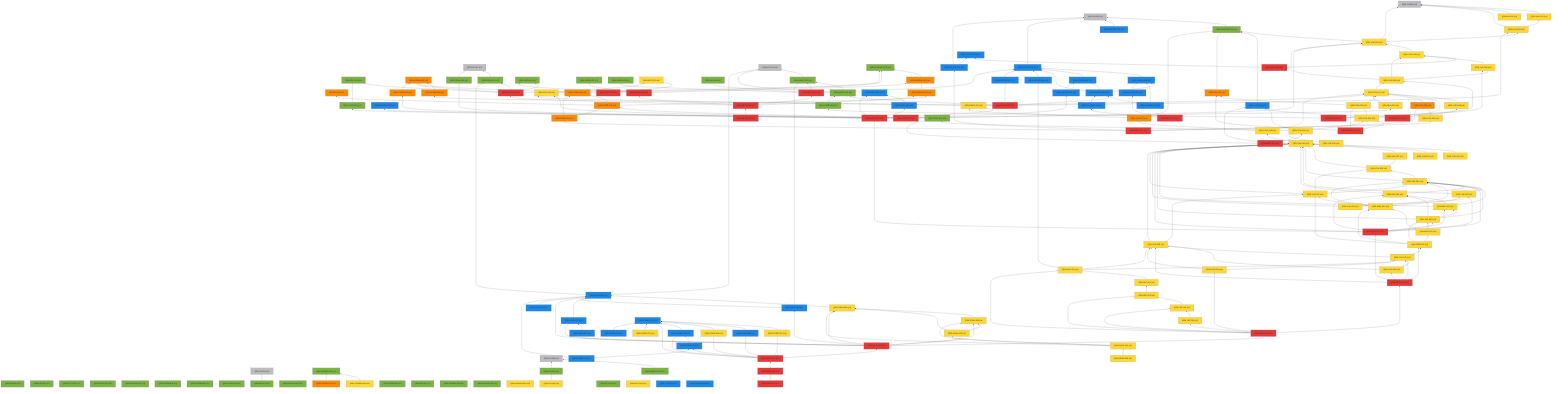
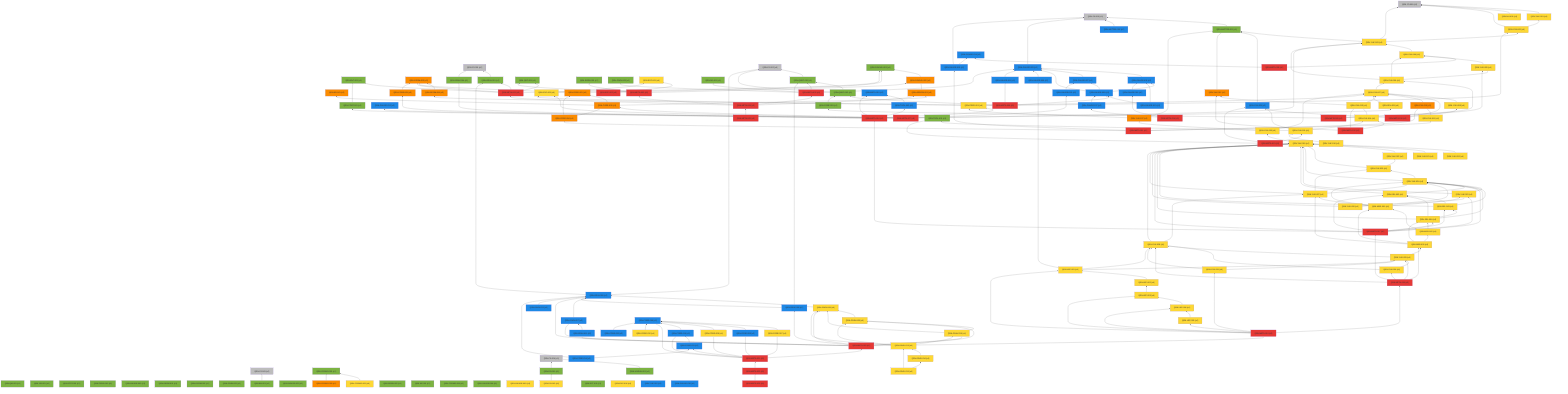
%% 自動生成 (dag/report.pl) — QRN 主張依存グラフ
graph BT
  QRN_C0_001["QRN-C0-001 (c0)"]:::c0
  QRN_C0_002["QRN-C0-002 (c0)"]:::c0
  QRN_C0_003["QRN-C0-003 (c0)"]:::c0
  QRN_C0_004["QRN-C0-004 (c0)"]:::c0
  QRN_C0_005["QRN-C0-005 (c0)"]:::c0
  QRN_C0_006["QRN-C0-006 (c0)"]:::c0
  QRN_QM_001["QRN-QM-001 (c1)"]:::c1
  QRN_GR_001["QRN-GR-001 (c1)"]:::c1
  QRN_STAT_001["QRN-STAT-001 (c1)"]:::c1
  QRN_FIELD_001["QRN-FIELD-001 (c1)"]:::c1
  QRN_GAUGE_001["QRN-GAUGE-001 (c1)"]:::c1
  QRN_ENT_001["QRN-ENT-001 (c1)"]:::c1
  QRN_GEOM_001["QRN-GEOM-001 (c1)"]:::c1
  QRN_GEOM_002["QRN-GEOM-002 (c1)"]:::c1
  QRN_GEOM_003["QRN-GEOM-003 (c3)"]:::c3
  QRN_GRAV_001["QRN-GRAV-001 (c1)"]:::c1
  QRN_GRAV_002["QRN-GRAV-002 (c1)"]:::c1
  QRN_BH_001["QRN-BH-001 (c1)"]:::c1
  QRN_CAUSAL_001["QRN-CAUSAL-001 (c1)"]:::c1
  QRN_CAUSAL_002["QRN-CAUSAL-002 (c3)"]:::c3
  QRN_ER_001["QRN-ER-001 (c3)"]:::c3
  QRN_QEC_001["QRN-QEC-001 (c1)"]:::c1
  QRN_GAUGE_002["QRN-GAUGE-002 (c1)"]:::c1
  QRN_COSMO_001["QRN-COSMO-001 (c1)"]:::c1
  QRN_COSMO_002["QRN-COSMO-002 (c4)"]:::c4
  QRN_COSMO_003["QRN-COSMO-003 (c3)"]:::c3
  QRN_BORN_001["QRN-BORN-001 (c1)"]:::c1
  QRN_BORN_002["QRN-BORN-002 (c1)"]:::c1
  QRN_GRAV_003["QRN-GRAV-003 (c1)"]:::c1
  QRN_KK_001["QRN-KK-001 (c1)"]:::c1
  QRN_MATTER_001["QRN-MATTER-001 (c1)"]:::c1
  QRN_MATTER_002["QRN-MATTER-002 (c2)"]:::c2
  QRN_COSMO_004["QRN-COSMO-004 (c1)"]:::c1
  QRN_EXP_001["QRN-EXP-001 (c4)"]:::c4
  QRN_GAUGE_003["QRN-GAUGE-003 (c2)"]:::c2
  QRN_GAUGE_004["QRN-GAUGE-004 (c1)"]:::c1
  QRN_GAUGE_005["QRN-GAUGE-005 (c4)"]:::c4
  QRN_YUK_001["QRN-YUK-001 (c4)"]:::c4
  QRN_RG_001["QRN-RG-001 (c1)"]:::c1
  QRN_UNRUH_001["QRN-UNRUH-001 (c1)"]:::c1
  QRN_QNEC_001["QRN-QNEC-001 (c1)"]:::c1
  QRN_NU_001["QRN-NU-001 (c4)"]:::c4
  QRN_GAUGE_006["QRN-GAUGE-006 (c2)"]:::c2
  QRN_DS_001["QRN-DS-001 (c1)"]:::c1
  QRN_DS_002["QRN-DS-002 (c4)"]:::c4
  QRN_ARROW_001["QRN-ARROW-001 (c3)"]:::c3
  QRN_GAUGE_007["QRN-GAUGE-007 (c2)"]:::c2
  QRN_EFT_001["QRN-EFT-001 (c1)"]:::c1
  QRN_GAUGE_008["QRN-GAUGE-008 (c2)"]:::c2
  QRN_GAUGE_009["QRN-GAUGE-009 (c2)"]:::c2
  QRN_GAUGE_010["QRN-GAUGE-010 (c2)"]:::c2
  QRN_QNEC_002["QRN-QNEC-002 (c1)"]:::c1
  QRN_GEOM_004["QRN-GEOM-004 (c3)"]:::c3
  QRN_YUK_002["QRN-YUK-002 (c4)"]:::c4
  QRN_EXP_002["QRN-EXP-002 (c5)"]:::c5
  QRN_CORE_001["QRN-CORE-001 (c3)"]:::c3
  QRN_GAUGE_011["QRN-GAUGE-011 (c2)"]:::c2
  QRN_GAUGE_012["QRN-GAUGE-012 (c2)"]:::c2
  QRN_YUK_003["QRN-YUK-003 (c4)"]:::c4
  QRN_EXP_003["QRN-EXP-003 (c4)"]:::c4
  QRN_CORE_002["QRN-CORE-002 (c3)"]:::c3
  QRN_GAUGE_013["QRN-GAUGE-013 (c2)"]:::c2
  QRN_YUK_004["QRN-YUK-004 (c4)"]:::c4
  QRN_GAUGE_014["QRN-GAUGE-014 (c2)"]:::c2
  QRN_META_001["QRN-META-001 (c5)"]:::c5
  QRN_META_002["QRN-META-002 (c5)"]:::c5
  QRN_META_003["QRN-META-003 (c5)"]:::c5
  QRN_META_004["QRN-META-004 (c5)"]:::c5
  QRN_META_005["QRN-META-005 (c5)"]:::c5
  QRN_META_006["QRN-META-006 (c5)"]:::c5
  QRN_META_007["QRN-META-007 (c5)"]:::c5
  QRN_META_008["QRN-META-008 (c5)"]:::c5
  QRN_YUK_005["QRN-YUK-005 (c4)"]:::c4
  QRN_YUK_006["QRN-YUK-006 (c4)"]:::c4
  QRN_CORE_003["QRN-CORE-003 (c1)"]:::c1
  QRN_META_009["QRN-META-009 (c5)"]:::c5
  QRN_YUK_007["QRN-YUK-007 (c4)"]:::c4
  QRN_YUK_008["QRN-YUK-008 (c4)"]:::c4
  QRN_YUK_009["QRN-YUK-009 (c2)"]:::c2
  QRN_META_010["QRN-META-010 (c5)"]:::c5
  QRN_GAUGE_015["QRN-GAUGE-015 (c2)"]:::c2
  QRN_YUK_010["QRN-YUK-010 (c3)"]:::c3
  QRN_YUK_011["QRN-YUK-011 (c4)"]:::c4
  QRN_CORE_004["QRN-CORE-004 (c3)"]:::c3
  QRN_META_011["QRN-META-011 (c5)"]:::c5
  QRN_YUK_012["QRN-YUK-012 (c3)"]:::c3
  QRN_YUK_013["QRN-YUK-013 (c4)"]:::c4
  QRN_YUK_014["QRN-YUK-014 (c4)"]:::c4
  QRN_META_012["QRN-META-012 (c5)"]:::c5
  QRN_TOOL_001["QRN-TOOL-001 (c1)"]:::c1
  QRN_YUK_015["QRN-YUK-015 (c4)"]:::c4
  QRN_META_013["QRN-META-013 (c5)"]:::c5
  QRN_GAUGE_016["QRN-GAUGE-016 (c2)"]:::c2
  QRN_GAUGE_017["QRN-GAUGE-017 (c2)"]:::c2
  QRN_META_014["QRN-META-014 (c5)"]:::c5
  QRN_META_015["QRN-META-015 (c2)"]:::c2
  QRN_TOOL_002["QRN-TOOL-002 (c2)"]:::c2
  QRN_CORE_005["QRN-CORE-005 (c3)"]:::c3
  QRN_CONT_001["QRN-CONT-001 (c1)"]:::c1
  QRN_SEL_001["QRN-SEL-001 (c4)"]:::c4
  QRN_GRAV_004["QRN-GRAV-004 (c1)"]:::c1
  QRN_PRED_001["QRN-PRED-001 (c4)"]:::c4
  QRN_META_016["QRN-META-016 (c5)"]:::c5
  QRN_YUK_016["QRN-YUK-016 (c4)"]:::c4
  QRN_YUK_017["QRN-YUK-017 (c3)"]:::c3
  QRN_YUK_018["QRN-YUK-018 (c4)"]:::c4
  QRN_YUK_019["QRN-YUK-019 (c4)"]:::c4
  QRN_YUK_020["QRN-YUK-020 (c4)"]:::c4
  QRN_YUK_021["QRN-YUK-021 (c4)"]:::c4
  QRN_YUK_022["QRN-YUK-022 (c4)"]:::c4
  QRN_YUK_023["QRN-YUK-023 (c4)"]:::c4
  QRN_YUK_024["QRN-YUK-024 (c4)"]:::c4
  QRN_YUK_025["QRN-YUK-025 (c4)"]:::c4
  QRN_SEL_002["QRN-SEL-002 (c4)"]:::c4
  QRN_SEL_003["QRN-SEL-003 (c4)"]:::c4
  QRN_SEL_004["QRN-SEL-004 (c4)"]:::c4
  QRN_META_017["QRN-META-017 (c5)"]:::c5
  QRN_YUK_026["QRN-YUK-026 (c4)"]:::c4
  QRN_YUK_027["QRN-YUK-027 (c4)"]:::c4
  QRN_MSR_001["QRN-MSR-001 (c4)"]:::c4
  QRN_MSR_002["QRN-MSR-002 (c4)"]:::c4
  QRN_MSR_003["QRN-MSR-003 (c4)"]:::c4
  QRN_YUK_028["QRN-YUK-028 (c4)"]:::c4
  QRN_YUK_029["QRN-YUK-029 (c4)"]:::c4
  QRN_YUK_030["QRN-YUK-030 (c4)"]:::c4
  QRN_META_018["QRN-META-018 (c5)"]:::c5
  QRN_YUK_031["QRN-YUK-031 (c4)"]:::c4
  QRN_LEP_001["QRN-LEP-001 (c4)"]:::c4
  QRN_LEP_002["QRN-LEP-002 (c4)"]:::c4
  QRN_LEP_003["QRN-LEP-003 (c4)"]:::c4
  QRN_LEP_004["QRN-LEP-004 (c4)"]:::c4
  QRN_LEP_005["QRN-LEP-005 (c4)"]:::c4
  QRN_META_019["QRN-META-019 (c5)"]:::c5
  QRN_GRAV_005["QRN-GRAV-005 (c2)"]:::c2
  QRN_GRAV_006["QRN-GRAV-006 (c4)"]:::c4
  QRN_GRAV_007["QRN-GRAV-007 (c2)"]:::c2
  QRN_GRAV_008["QRN-GRAV-008 (c4)"]:::c4
  QRN_GRAV_009["QRN-GRAV-009 (c2)"]:::c2
  QRN_GRAV_010["QRN-GRAV-010 (c4)"]:::c4
  QRN_GRAV_011["QRN-GRAV-011 (c2)"]:::c2
  QRN_META_020["QRN-META-020 (c5)"]:::c5
  QRN_CORE_006["QRN-CORE-006 (c2)"]:::c2
  QRN_CORE_007["QRN-CORE-007 (c4)"]:::c4
  QRN_CORE_008["QRN-CORE-008 (c2)"]:::c2
  QRN_CORE_009["QRN-CORE-009 (c4)"]:::c4
  QRN_CORE_010["QRN-CORE-010 (c2)"]:::c2
  QRN_CORE_011["QRN-CORE-011 (c2)"]:::c2
  QRN_META_021["QRN-META-021 (c5)"]:::c5
  QRN_CORE_012["QRN-CORE-012 (c4)"]:::c4
  QRN_EXP_004["QRN-EXP-004 (c4)"]:::c4
  QRN_CORE_013["QRN-CORE-013 (c2)"]:::c2
  QRN_GRAV_012["QRN-GRAV-012 (c2)"]:::c2
  QRN_YUK_032["QRN-YUK-032 (c2)"]:::c2
  QRN_GAUGE_018["QRN-GAUGE-018 (c2)"]:::c2
  QRN_META_022["QRN-META-022 (c5)"]:::c5
  QRN_META_023["QRN-META-023 (c5)"]:::c5
  QRN_CORE_014["QRN-CORE-014 (c2)"]:::c2
  QRN_GRAV_013["QRN-GRAV-013 (c4)"]:::c4
  QRN_GRAV_014["QRN-GRAV-014 (c4)"]:::c4
+   QRN_GRAV_015["QRN-GRAV-015 (c4)"]:::c4
  QRN_GRAV_001 --> QRN_C0_001
  QRN_BH_001 --> QRN_C0_003
  QRN_CAUSAL_002 --> QRN_CAUSAL_001
  QRN_COSMO_002 --> QRN_COSMO_001
  QRN_COSMO_003 --> QRN_COSMO_001
  QRN_MATTER_001 --> QRN_C0_005
  QRN_MATTER_002 --> QRN_C0_005
  QRN_GAUGE_003 --> QRN_C0_005
  QRN_YUK_001 --> QRN_C0_006
  QRN_UNRUH_001 --> QRN_C0_004
  QRN_QNEC_001 --> QRN_C0_002
  QRN_NU_001 --> QRN_C0_006
  QRN_GAUGE_006 --> QRN_GAUGE_003
  QRN_DS_001 --> QRN_C0_004
  QRN_DS_002 --> QRN_DS_001
  QRN_ARROW_001 --> QRN_CAUSAL_002
  QRN_GAUGE_007 --> QRN_GAUGE_003
  QRN_GAUGE_008 --> QRN_GAUGE_003
  QRN_GAUGE_008 --> QRN_GAUGE_006
  QRN_GAUGE_008 --> QRN_GAUGE_007
  QRN_GAUGE_009 --> QRN_GAUGE_003
  QRN_GAUGE_010 --> QRN_GAUGE_006
  QRN_GAUGE_010 --> QRN_GAUGE_008
  QRN_QNEC_002 --> QRN_C0_002
  QRN_QNEC_002 --> QRN_QNEC_001
  QRN_GEOM_004 --> QRN_GEOM_003
  QRN_YUK_002 --> QRN_C0_006
  QRN_YUK_002 --> QRN_YUK_001
  QRN_EXP_002 --> QRN_EXP_001
  QRN_CORE_001 --> QRN_GEOM_003
  QRN_CORE_001 --> QRN_CAUSAL_001
  QRN_GAUGE_011 --> QRN_GAUGE_003
  QRN_YUK_003 --> QRN_C0_006
  QRN_YUK_003 --> QRN_MATTER_001
  QRN_YUK_003 --> QRN_YUK_002
  QRN_EXP_003 --> QRN_EXP_001
  QRN_CORE_002 --> QRN_CORE_001
  QRN_CORE_002 --> QRN_ER_001
  QRN_CORE_002 --> QRN_ARROW_001
  QRN_GAUGE_013 --> QRN_GAUGE_007
  QRN_YUK_004 --> QRN_YUK_003
  QRN_META_001 --> QRN_GEOM_003
  QRN_META_001 --> QRN_GRAV_001
  QRN_META_001 --> QRN_CAUSAL_001
  QRN_META_001 --> QRN_QEC_001
  QRN_META_001 --> QRN_ENT_001
  QRN_META_002 --> QRN_QEC_001
  QRN_META_002 --> QRN_BORN_001
  QRN_META_002 --> QRN_CAUSAL_002
  QRN_META_003 --> QRN_GAUGE_003
  QRN_META_003 --> QRN_RG_001
  QRN_META_003 --> QRN_QNEC_001
  QRN_META_003 --> QRN_GRAV_003
  QRN_META_004 --> QRN_META_001
  QRN_META_004 --> QRN_META_002
  QRN_META_004 --> QRN_META_003
  QRN_META_004 --> QRN_ARROW_001
  QRN_META_005 --> QRN_META_004
  QRN_META_006 --> QRN_GAUGE_008
  QRN_META_006 --> QRN_QNEC_002
  QRN_META_006 --> QRN_GEOM_004
  QRN_META_006 --> QRN_YUK_002
  QRN_META_006 --> QRN_GAUGE_011
  QRN_META_007 --> QRN_GAUGE_012
  QRN_META_007 --> QRN_YUK_003
  QRN_META_007 --> QRN_EXP_003
  QRN_META_007 --> QRN_CORE_002
  QRN_META_007 --> QRN_GAUGE_013
  QRN_META_008 --> QRN_YUK_004
  QRN_META_008 --> QRN_GAUGE_014
  QRN_YUK_005 --> QRN_YUK_004
  QRN_YUK_006 --> QRN_YUK_003
  QRN_YUK_006 --> QRN_YUK_004
  QRN_YUK_006 --> QRN_YUK_005
  QRN_CORE_003 --> QRN_QNEC_002
  QRN_META_009 --> QRN_YUK_005
  QRN_META_009 --> QRN_YUK_006
  QRN_META_009 --> QRN_CORE_003
  QRN_YUK_007 --> QRN_YUK_006
  QRN_YUK_008 --> QRN_YUK_007
  QRN_YUK_009 --> QRN_MATTER_001
  QRN_META_010 --> QRN_YUK_007
  QRN_META_010 --> QRN_YUK_008
  QRN_META_010 --> QRN_YUK_009
  QRN_GAUGE_015 --> QRN_C0_005
  QRN_GAUGE_015 --> QRN_GAUGE_014
  QRN_YUK_010 --> QRN_YUK_007
  QRN_YUK_011 --> QRN_YUK_010
  QRN_CORE_004 --> QRN_CORE_001
  QRN_CORE_004 --> QRN_CORE_002
  QRN_META_011 --> QRN_GAUGE_015
  QRN_META_011 --> QRN_YUK_010
  QRN_META_011 --> QRN_YUK_011
  QRN_META_011 --> QRN_CORE_004
  QRN_YUK_012 --> QRN_MATTER_001
  QRN_YUK_013 --> QRN_YUK_012
  QRN_YUK_013 --> QRN_YUK_007
  QRN_YUK_014 --> QRN_YUK_013
  QRN_META_012 --> QRN_YUK_012
  QRN_META_012 --> QRN_YUK_013
  QRN_META_012 --> QRN_YUK_014
  QRN_YUK_015 --> QRN_YUK_014
  QRN_YUK_015 --> QRN_TOOL_001
  QRN_YUK_015 --> QRN_YUK_009
  QRN_META_013 --> QRN_YUK_015
  QRN_META_013 --> QRN_TOOL_001
  QRN_META_013 --> QRN_YUK_009
  QRN_GAUGE_016 --> QRN_GAUGE_006
  QRN_GAUGE_017 --> QRN_GAUGE_008
  QRN_META_014 --> QRN_GAUGE_016
  QRN_META_014 --> QRN_GAUGE_017
  QRN_TOOL_002 --> QRN_META_015
  QRN_CORE_005 --> QRN_GEOM_003
  QRN_CONT_001 --> QRN_ENT_001
  QRN_SEL_001 --> QRN_YUK_007
  QRN_GRAV_004 --> QRN_C0_001
  QRN_PRED_001 --> QRN_YUK_007
  QRN_PRED_001 --> QRN_EXP_003
  QRN_META_016 --> QRN_META_015
  QRN_META_016 --> QRN_TOOL_002
  QRN_META_016 --> QRN_CORE_005
  QRN_META_016 --> QRN_CONT_001
  QRN_META_016 --> QRN_SEL_001
  QRN_META_016 --> QRN_GRAV_004
  QRN_META_016 --> QRN_PRED_001
  QRN_YUK_016 --> QRN_YUK_015
  QRN_YUK_017 --> QRN_MATTER_001
  QRN_YUK_017 --> QRN_PRED_001
  QRN_YUK_018 --> QRN_YUK_017
  QRN_YUK_018 --> QRN_YUK_007
  QRN_YUK_019 --> QRN_YUK_018
  QRN_YUK_020 --> QRN_YUK_019
  QRN_YUK_021 --> QRN_YUK_019
  QRN_YUK_022 --> QRN_YUK_019
  QRN_YUK_023 --> QRN_YUK_019
  QRN_YUK_023 --> QRN_YUK_022
  QRN_YUK_024 --> QRN_YUK_019
  QRN_YUK_024 --> QRN_YUK_023
  QRN_YUK_025 --> QRN_YUK_019
  QRN_YUK_025 --> QRN_YUK_024
  QRN_SEL_002 --> QRN_YUK_019
  QRN_SEL_002 --> QRN_YUK_024
  QRN_SEL_003 --> QRN_YUK_019
  QRN_SEL_003 --> QRN_YUK_024
  QRN_SEL_003 --> QRN_SEL_002
  QRN_SEL_004 --> QRN_YUK_019
  QRN_SEL_004 --> QRN_YUK_024
  QRN_SEL_004 --> QRN_SEL_002
  QRN_SEL_004 --> QRN_SEL_003
  QRN_META_017 --> QRN_META_016
  QRN_META_017 --> QRN_YUK_019
  QRN_META_017 --> QRN_YUK_024
  QRN_META_017 --> QRN_YUK_025
  QRN_META_017 --> QRN_SEL_002
  QRN_META_017 --> QRN_SEL_003
  QRN_META_017 --> QRN_SEL_004
  QRN_YUK_026 --> QRN_YUK_019
  QRN_YUK_026 --> QRN_YUK_024
  QRN_YUK_026 --> QRN_YUK_025
  QRN_YUK_027 --> QRN_YUK_019
  QRN_YUK_027 --> QRN_YUK_023
  QRN_YUK_027 --> QRN_YUK_024
  QRN_MSR_001 --> QRN_YUK_024
  QRN_MSR_001 --> QRN_YUK_025
  QRN_MSR_001 --> QRN_YUK_027
  QRN_MSR_002 --> QRN_SEL_004
  QRN_MSR_002 --> QRN_MSR_001
  QRN_MSR_003 --> QRN_MSR_001
  QRN_MSR_003 --> QRN_MSR_002
  QRN_MSR_003 --> QRN_SEL_004
  QRN_MSR_003 --> QRN_YUK_027
  QRN_YUK_028 --> QRN_YUK_019
  QRN_YUK_028 --> QRN_YUK_027
  QRN_YUK_029 --> QRN_YUK_028
  QRN_YUK_029 --> QRN_MSR_003
  QRN_YUK_030 --> QRN_YUK_028
  QRN_YUK_030 --> QRN_YUK_029
  QRN_META_018 --> QRN_META_017
  QRN_META_018 --> QRN_MSR_003
  QRN_META_018 --> QRN_YUK_028
  QRN_META_018 --> QRN_YUK_029
  QRN_META_018 --> QRN_YUK_030
  QRN_YUK_031 --> QRN_YUK_028
  QRN_YUK_031 --> QRN_YUK_029
  QRN_LEP_001 --> QRN_YUK_028
  QRN_LEP_001 --> QRN_YUK_029
  QRN_LEP_001 --> QRN_GAUGE_009
  QRN_LEP_002 --> QRN_LEP_001
  QRN_LEP_003 --> QRN_LEP_002
  QRN_LEP_004 --> QRN_LEP_003
  QRN_LEP_005 --> QRN_LEP_004
  QRN_META_019 --> QRN_META_018
  QRN_META_019 --> QRN_YUK_031
  QRN_META_019 --> QRN_LEP_001
  QRN_META_019 --> QRN_LEP_003
  QRN_META_019 --> QRN_LEP_004
  QRN_META_019 --> QRN_LEP_005
  QRN_GRAV_005 --> QRN_C0_002
  QRN_GRAV_005 --> QRN_GRAV_001
  QRN_GRAV_006 --> QRN_GRAV_005
  QRN_GRAV_007 --> QRN_GRAV_005
  QRN_GRAV_008 --> QRN_GRAV_006
  QRN_GRAV_009 --> QRN_GRAV_005
  QRN_GRAV_009 --> QRN_QNEC_001
  QRN_GRAV_010 --> QRN_GRAV_006
  QRN_GRAV_010 --> QRN_GRAV_008
  QRN_GRAV_011 --> QRN_GRAV_007
  QRN_META_020 --> QRN_META_019
  QRN_META_020 --> QRN_GRAV_005
  QRN_META_020 --> QRN_GRAV_006
  QRN_META_020 --> QRN_GRAV_007
  QRN_META_020 --> QRN_GRAV_008
  QRN_META_020 --> QRN_GRAV_009
  QRN_META_020 --> QRN_GRAV_010
  QRN_META_020 --> QRN_GRAV_011
  QRN_CORE_007 --> QRN_CORE_006
  QRN_CORE_008 --> QRN_CORE_006
  QRN_CORE_009 --> QRN_CORE_006
  QRN_CORE_010 --> QRN_CORE_006
  QRN_CORE_011 --> QRN_CORE_010
  QRN_META_021 --> QRN_META_020
  QRN_META_021 --> QRN_CORE_006
  QRN_META_021 --> QRN_CORE_007
  QRN_META_021 --> QRN_CORE_008
  QRN_META_021 --> QRN_CORE_009
  QRN_META_021 --> QRN_CORE_010
  QRN_META_021 --> QRN_CORE_011
  QRN_CORE_012 --> QRN_CORE_006
  QRN_CORE_013 --> QRN_CORE_006
  QRN_GRAV_012 --> QRN_GRAV_005
  QRN_META_022 --> QRN_META_021
  QRN_META_023 --> QRN_META_022
  QRN_CORE_014 --> QRN_CORE_011
  QRN_CORE_014 --> QRN_GRAV_005
  QRN_GRAV_013 --> QRN_GRAV_006
  QRN_GRAV_013 --> QRN_GRAV_008
  QRN_GRAV_013 --> QRN_GRAV_010
  QRN_GRAV_014 --> QRN_GRAV_013
+   QRN_GRAV_015 --> QRN_GRAV_013
+   QRN_GRAV_015 --> QRN_GRAV_014
  classDef c0 fill:#bdbdbd
  classDef c1 fill:#7cb342
  classDef c2 fill:#1e88e5
  classDef c3 fill:#fb8c00
  classDef c4 fill:#fdd835
  classDef c5 fill:#e53935
